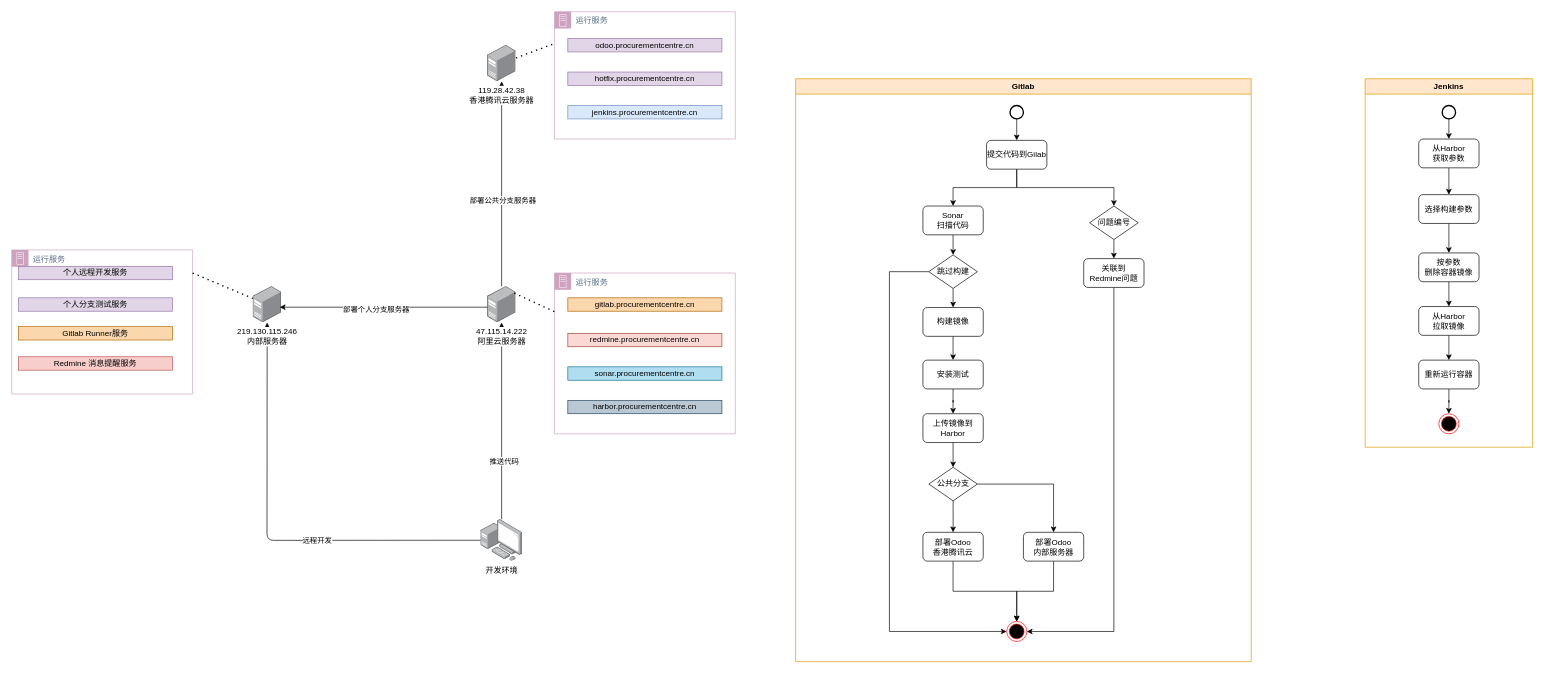
Before: page "Page-1" (1 of 2) of Untitled Diagram.drawio in alreadytakenn/images, a draw.io diagram. Source tidied: cells renumbered, new cells numbered last; positions are measured from the earlier drawing's top-left corner, leaving out a move shared by most shapes. Both pictures are drawn from the tidied source at 67%, with x=0, y=0 at pixel (11, 11).
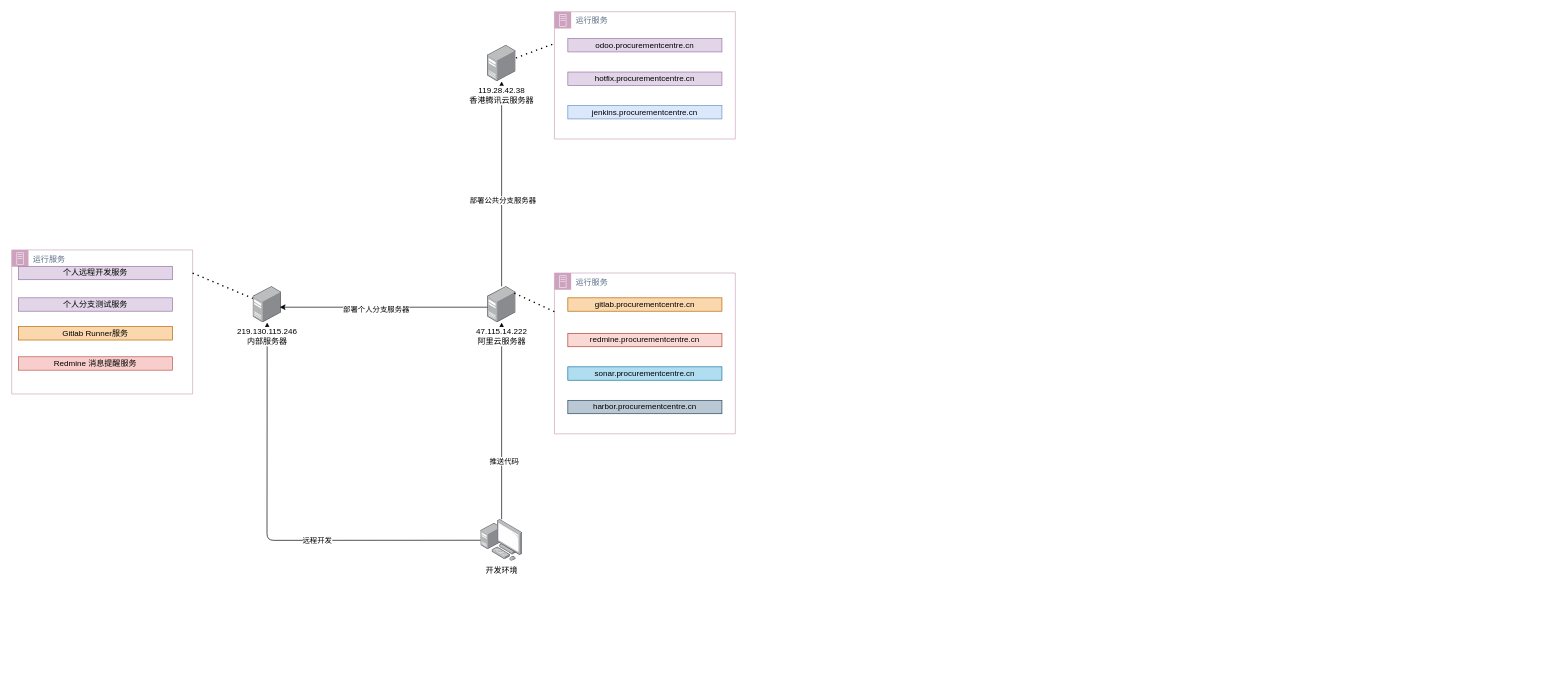
The same diagram, later.

What changed in the source:
```diff
@@
-    <mxCell id="2" value="Gitlab" style="swimlane;fillColor=#ffe6cc;strokeColor=#d79b00;" parent="1" vertex="1">
-      <mxGeometry x="1170" y="100" width="680" height="870" as="geometry" />
-    </mxCell>
@@
-    <mxCell id="29" style="edgeStyle=orthogonalEdgeStyle;rounded=0;jettySize=auto;html=1;exitX=0.5;exitY=1;exitDx=0;exitDy=0;entryX=0.5;entryY=0;entryDx=0;entryDy=0;" parent="1" edge="1" source="31" target="35">
-      <mxGeometry relative="1" as="geometry" />
-    </mxCell>
-    <mxCell id="30" style="edgeStyle=orthogonalEdgeStyle;rounded=0;jettySize=auto;html=1;exitX=0.5;exitY=1;exitDx=0;exitDy=0;entryX=0.5;entryY=0;entryDx=0;entryDy=0;" parent="1" edge="1" source="31" target="39">
-      <mxGeometry relative="1" as="geometry" />
-    </mxCell>
-    <mxCell id="31" value="提交代码到Gilab" style="rounded=1;whiteSpace=wrap;html=1;" parent="1" vertex="1">
-      <mxGeometry x="1455" y="192" width="90" height="43" as="geometry" />
-    </mxCell>
-    <mxCell id="32" style="edgeStyle=orthogonalEdgeStyle;rounded=0;jettySize=auto;html=1;exitX=0.5;exitY=1;exitDx=0;exitDy=0;exitPerimeter=0;entryX=0.5;entryY=0;entryDx=0;entryDy=0;" parent="1" edge="1" source="33" target="31">
-      <mxGeometry relative="1" as="geometry" />
-    </mxCell>
-    <mxCell id="33" style="strokeWidth=2;html=1;shape=mxgraph.flowchart.start_2;whiteSpace=wrap;" parent="1" vertex="1">
-      <mxGeometry x="1490" y="140" width="20" height="20" as="geometry" />
-    </mxCell>
-    <mxCell id="34" style="edgeStyle=orthogonalEdgeStyle;rounded=0;jettySize=auto;html=1;exitX=0.5;exitY=1;exitDx=0;exitDy=0;entryX=0.5;entryY=0;entryDx=0;entryDy=0;" parent="1" edge="1" source="35" target="48">
-      <mxGeometry relative="1" as="geometry" />
-    </mxCell>
-    <mxCell id="35" value="&lt;div&gt;Sonar&lt;/div&gt;&lt;div&gt;扫描代码&lt;br&gt;&lt;/div&gt;" style="rounded=1;whiteSpace=wrap;html=1;" parent="1" vertex="1">
-      <mxGeometry x="1360" y="290" width="90" height="43" as="geometry" />
-    </mxCell>
-    <mxCell id="36" style="edgeStyle=orthogonalEdgeStyle;rounded=0;jettySize=auto;html=1;exitX=0.5;exitY=1;exitDx=0;exitDy=0;entryX=1;entryY=0.5;entryDx=0;entryDy=0;" parent="1" edge="1" source="37" target="56">
-      <mxGeometry relative="1" as="geometry" />
-    </mxCell>
-    <mxCell id="37" value="&lt;div&gt;关联到&lt;/div&gt;&lt;div&gt;Redmine问题&lt;/div&gt;" style="rounded=1;whiteSpace=wrap;html=1;" parent="1" vertex="1">
-      <mxGeometry x="1600" y="368.5" width="90" height="43" as="geometry" />
-    </mxCell>
-    <mxCell id="38" style="edgeStyle=orthogonalEdgeStyle;rounded=0;jettySize=auto;html=1;exitX=0.5;exitY=1;exitDx=0;exitDy=0;entryX=0.5;entryY=0;entryDx=0;entryDy=0;" parent="1" edge="1" source="39" target="37">
-      <mxGeometry relative="1" as="geometry" />
-    </mxCell>
-    <mxCell id="39" value="问题编号" style="rhombus;whiteSpace=wrap;html=1;" parent="1" vertex="1">
-      <mxGeometry x="1608.8" y="290" width="72.5" height="50" as="geometry" />
-    </mxCell>
-    <mxCell id="40" style="edgeStyle=orthogonalEdgeStyle;rounded=0;jettySize=auto;html=1;exitX=0.5;exitY=1;exitDx=0;exitDy=0;entryX=0.5;entryY=0;entryDx=0;entryDy=0;" parent="1" edge="1" source="41" target="43">
-      <mxGeometry relative="1" as="geometry" />
-    </mxCell>
-    <mxCell id="41" value="构建镜像" style="rounded=1;whiteSpace=wrap;html=1;" parent="1" vertex="1">
-      <mxGeometry x="1360" y="441.5" width="90" height="43" as="geometry" />
-    </mxCell>
-    <mxCell id="42" style="edgeStyle=orthogonalEdgeStyle;rounded=0;jettySize=auto;html=1;exitX=0.5;exitY=1;exitDx=0;exitDy=0;" parent="1" edge="1" source="43" target="45">
-      <mxGeometry relative="1" as="geometry" />
-    </mxCell>
-    <mxCell id="43" value="安装测试" style="rounded=1;whiteSpace=wrap;html=1;" parent="1" vertex="1">
-      <mxGeometry x="1360" y="520" width="90" height="43" as="geometry" />
-    </mxCell>
-    <mxCell id="44" style="edgeStyle=orthogonalEdgeStyle;rounded=0;jettySize=auto;html=1;exitX=0.5;exitY=1;exitDx=0;exitDy=0;entryX=0.5;entryY=0;entryDx=0;entryDy=0;" parent="1" edge="1" source="45" target="51">
-      <mxGeometry relative="1" as="geometry" />
-    </mxCell>
-    <mxCell id="45" value="上传镜像到&lt;br&gt;Harbor" style="rounded=1;whiteSpace=wrap;html=1;" parent="1" vertex="1">
-      <mxGeometry x="1360" y="600" width="90" height="43" as="geometry" />
-    </mxCell>
-    <mxCell id="46" style="edgeStyle=orthogonalEdgeStyle;rounded=0;jettySize=auto;html=1;exitX=0;exitY=0.5;exitDx=0;exitDy=0;entryX=0;entryY=0.5;entryDx=0;entryDy=0;" parent="1" edge="1" source="48" target="56">
-      <mxGeometry relative="1" as="geometry">
-        <Array as="points">
-          <mxPoint x="1310" y="388" />
-          <mxPoint x="1310" y="925" />
-        </Array>
-      </mxGeometry>
-    </mxCell>
-    <mxCell id="47" style="edgeStyle=orthogonalEdgeStyle;rounded=0;jettySize=auto;html=1;exitX=0.5;exitY=1;exitDx=0;exitDy=0;entryX=0.5;entryY=0;entryDx=0;entryDy=0;" parent="1" edge="1" source="48" target="41">
-      <mxGeometry relative="1" as="geometry" />
-    </mxCell>
-    <mxCell id="48" value="跳过构建" style="rhombus;whiteSpace=wrap;html=1;" parent="1" vertex="1">
-      <mxGeometry x="1368.8" y="363" width="72.5" height="50" as="geometry" />
-    </mxCell>
-    <mxCell id="49" style="edgeStyle=orthogonalEdgeStyle;rounded=0;jettySize=auto;html=1;exitX=0.5;exitY=1;exitDx=0;exitDy=0;entryX=0.5;entryY=0;entryDx=0;entryDy=0;" parent="1" edge="1" source="51" target="53">
-      <mxGeometry relative="1" as="geometry" />
-    </mxCell>
-    <mxCell id="50" style="edgeStyle=orthogonalEdgeStyle;rounded=0;jettySize=auto;html=1;exitX=1;exitY=0.5;exitDx=0;exitDy=0;entryX=0.5;entryY=0;entryDx=0;entryDy=0;" parent="1" edge="1" source="51" target="55">
-      <mxGeometry relative="1" as="geometry" />
-    </mxCell>
-    <mxCell id="51" value="公共分支" style="rhombus;whiteSpace=wrap;html=1;" parent="1" vertex="1">
-      <mxGeometry x="1368.8" y="680" width="72.5" height="50" as="geometry" />
-    </mxCell>
-    <mxCell id="52" style="edgeStyle=orthogonalEdgeStyle;rounded=0;jettySize=auto;html=1;exitX=0.5;exitY=1;exitDx=0;exitDy=0;entryX=0.5;entryY=0;entryDx=0;entryDy=0;" parent="1" edge="1" source="53" target="56">
-      <mxGeometry relative="1" as="geometry" />
-    </mxCell>
-    <mxCell id="53" value="部署Odoo&lt;br&gt;香港腾讯云" style="rounded=1;whiteSpace=wrap;html=1;" parent="1" vertex="1">
-      <mxGeometry x="1360" y="777" width="90" height="43" as="geometry" />
-    </mxCell>
-    <mxCell id="54" style="edgeStyle=orthogonalEdgeStyle;rounded=0;jettySize=auto;html=1;exitX=0.5;exitY=1;exitDx=0;exitDy=0;entryX=0.5;entryY=0;entryDx=0;entryDy=0;" parent="1" edge="1" source="55" target="56">
-      <mxGeometry relative="1" as="geometry" />
-    </mxCell>
-    <mxCell id="55" value="部署Odoo&lt;br&gt;内部服务器" style="rounded=1;whiteSpace=wrap;html=1;" parent="1" vertex="1">
-      <mxGeometry x="1510" y="777" width="90" height="43" as="geometry" />
-    </mxCell>
-    <mxCell id="56" style="ellipse;html=1;shape=endState;fillColor=#000000;strokeColor=#ff0000;" parent="1" vertex="1">
-      <mxGeometry x="1485" y="910" width="30" height="30" as="geometry" />
-    </mxCell>
-    <mxCell id="57" value="Jenkins" style="swimlane;fillColor=#ffe6cc;strokeColor=#d79b00;" parent="1" vertex="1">
-      <mxGeometry x="2020" y="100" width="250" height="550" as="geometry" />
-    </mxCell>
-    <mxCell id="58" style="edgeStyle=orthogonalEdgeStyle;rounded=0;jettySize=auto;html=1;exitX=0.5;exitY=1;exitDx=0;exitDy=0;exitPerimeter=0;entryX=0.5;entryY=0;entryDx=0;entryDy=0;" parent="57" edge="1" source="59" target="63">
-      <mxGeometry relative="1" as="geometry" />
-    </mxCell>
-    <mxCell id="59" style="strokeWidth=2;html=1;shape=mxgraph.flowchart.start_2;whiteSpace=wrap;" parent="57" vertex="1">
-      <mxGeometry x="115" y="40" width="20" height="20" as="geometry" />
-    </mxCell>
-    <mxCell id="60" style="edgeStyle=orthogonalEdgeStyle;rounded=0;jettySize=auto;html=1;exitX=0.5;exitY=1;exitDx=0;exitDy=0;entryX=0.5;entryY=0;entryDx=0;entryDy=0;" parent="57" edge="1" source="61" target="67">
-      <mxGeometry relative="1" as="geometry" />
-    </mxCell>
-    <mxCell id="61" value="选择构建参数" style="rounded=1;whiteSpace=wrap;html=1;" parent="57" vertex="1">
-      <mxGeometry x="80" y="173" width="90" height="43" as="geometry" />
-    </mxCell>
-    <mxCell id="62" style="edgeStyle=orthogonalEdgeStyle;rounded=0;jettySize=auto;html=1;exitX=0.5;exitY=1;exitDx=0;exitDy=0;entryX=0.5;entryY=0;entryDx=0;entryDy=0;" parent="57" edge="1" source="63" target="61">
-      <mxGeometry relative="1" as="geometry" />
-    </mxCell>
-    <mxCell id="63" value="从Harbor&lt;br&gt;获取参数" style="rounded=1;whiteSpace=wrap;html=1;" parent="57" vertex="1">
-      <mxGeometry x="80" y="90" width="90" height="43" as="geometry" />
-    </mxCell>
-    <mxCell id="64" style="edgeStyle=orthogonalEdgeStyle;rounded=0;jettySize=auto;html=1;exitX=0.5;exitY=1;exitDx=0;exitDy=0;entryX=0.5;entryY=0;entryDx=0;entryDy=0;" parent="57" edge="1" source="65" target="69">
-      <mxGeometry relative="1" as="geometry" />
-    </mxCell>
-    <mxCell id="65" value="&lt;div&gt;从Harbor&lt;/div&gt;&lt;div&gt;拉取镜像&lt;/div&gt;" style="rounded=1;whiteSpace=wrap;html=1;" parent="57" vertex="1">
-      <mxGeometry x="80" y="340" width="90" height="43" as="geometry" />
-    </mxCell>
-    <mxCell id="66" style="edgeStyle=orthogonalEdgeStyle;rounded=0;jettySize=auto;html=1;exitX=0.5;exitY=1;exitDx=0;exitDy=0;entryX=0.5;entryY=0;entryDx=0;entryDy=0;" parent="57" edge="1" source="67" target="65">
-      <mxGeometry relative="1" as="geometry" />
-    </mxCell>
-    <mxCell id="67" value="&lt;div&gt;按参数&lt;/div&gt;&lt;div&gt;删除容器镜像&lt;/div&gt;" style="rounded=1;whiteSpace=wrap;html=1;" parent="57" vertex="1">
-      <mxGeometry x="80" y="260" width="90" height="43" as="geometry" />
-    </mxCell>
-    <mxCell id="68" style="edgeStyle=orthogonalEdgeStyle;rounded=0;jettySize=auto;html=1;exitX=0.5;exitY=1;exitDx=0;exitDy=0;" parent="57" edge="1" source="69" target="70">
-      <mxGeometry relative="1" as="geometry" />
-    </mxCell>
-    <mxCell id="69" value="重新运行容器" style="rounded=1;whiteSpace=wrap;html=1;" parent="57" vertex="1">
-      <mxGeometry x="80" y="420" width="90" height="43" as="geometry" />
-    </mxCell>
-    <mxCell id="70" style="ellipse;html=1;shape=endState;fillColor=#000000;strokeColor=#ff0000;" parent="57" vertex="1">
-      <mxGeometry x="110" y="500" width="30" height="30" as="geometry" />
-    </mxCell>
```
